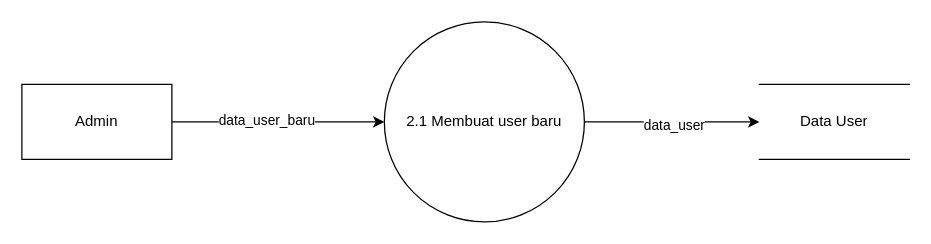
Before: page "after revisi" (2 of 2) of skripsi-dfd1-2v2.drawio in raflialkindhi/graph-save, a draw.io diagram. Source tidied: cells renumbered, new cells numbered last; positions are measured from the earlier drawing's top-left corner, leaving out a move shared by most shapes. Both pictures are drawn from the tidied source at 125%, with x=0, y=0 at pixel (21, 21).
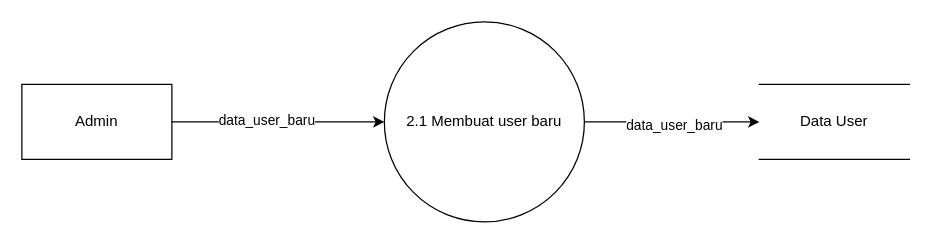
After the change.

What changed in the source:
```diff
@@
 <mxGraphModel>
   <root>
     <mxCell id="0" />
     <mxCell id="1" parent="0" />
     <mxCell id="2" style="edgeStyle=orthogonalEdgeStyle;rounded=0;jettySize=auto;html=1;exitX=1;exitY=0.5;exitDx=0;exitDy=0;entryX=0;entryY=0.5;entryDx=0;entryDy=0;" parent="1" edge="1" source="4" target="8">
       <mxGeometry relative="1" as="geometry" />
     </mxCell>
     <mxCell id="3" value="data_user_baru" style="edgeLabel;html=1;align=center;verticalAlign=middle;" parent="2" vertex="1">
       <mxGeometry x="-0.12" y="2" relative="1" as="geometry" />
     </mxCell>
     <mxCell id="4" value="Admin" style="rounded=0;whiteSpace=wrap;html=1;" parent="1" vertex="1">
       <mxGeometry y="50" width="120" height="60" as="geometry" />
     </mxCell>
     <mxCell id="5" value="Data User" style="shape=partialRectangle;whiteSpace=wrap;html=1;left=0;right=0;fillColor=none;" parent="1" vertex="1">
       <mxGeometry x="590" y="50" width="120" height="60" as="geometry" />
     </mxCell>
     <mxCell id="6" style="edgeStyle=orthogonalEdgeStyle;rounded=0;jettySize=auto;html=1;exitX=1;exitY=0.5;exitDx=0;exitDy=0;entryX=0;entryY=0.5;entryDx=0;entryDy=0;" parent="1" edge="1" source="8" target="5">
       <mxGeometry relative="1" as="geometry" />
     </mxCell>
-    <mxCell id="7" value="data_user" style="edgeLabel;html=1;align=center;verticalAlign=middle;" parent="6" vertex="1">
+    <mxCell id="7" value="data_user_baru" style="edgeLabel;html=1;align=center;verticalAlign=middle;" parent="6" vertex="1">
       <mxGeometry x="0.02" y="-2" relative="1" as="geometry" />
     </mxCell>
     <mxCell id="8" value="2.1 Membuat user baru" style="ellipse;whiteSpace=wrap;html=1;" parent="1" vertex="1">
       <mxGeometry x="290" width="160" height="160" as="geometry" />
     </mxCell>
   </root>
 </mxGraphModel>
```
